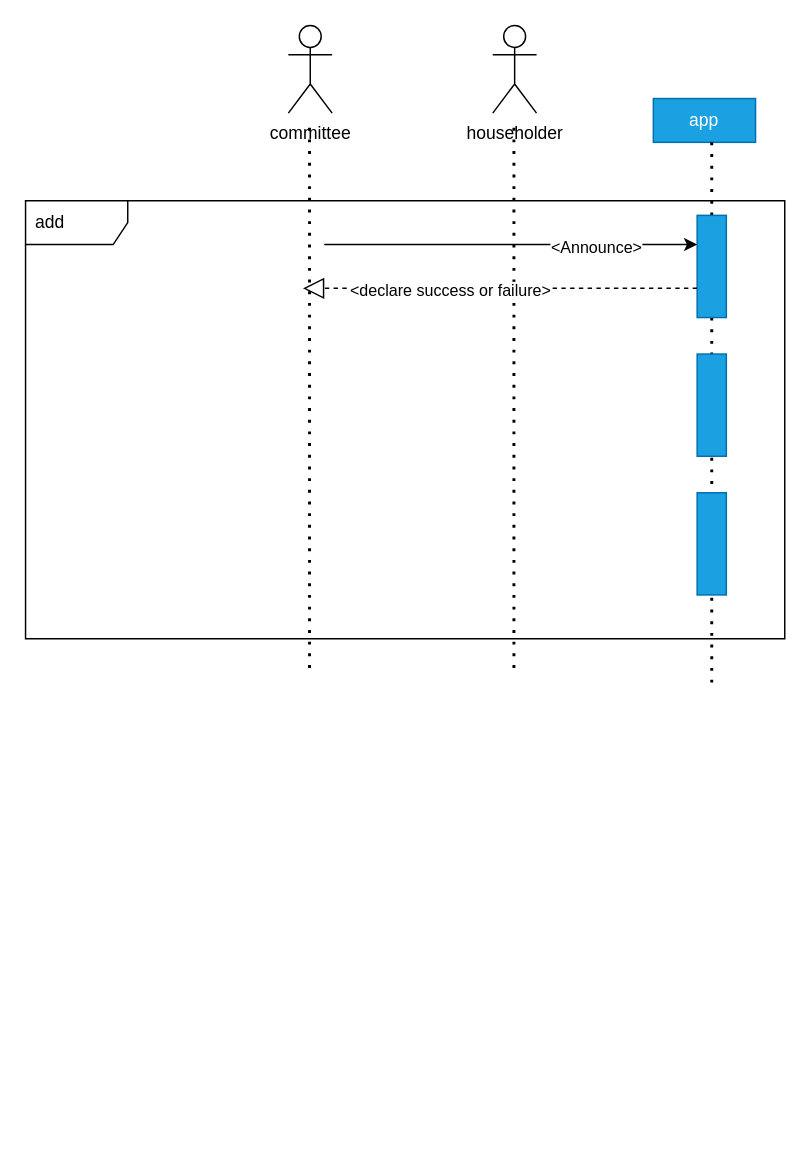
Above: answer.drawio in wyj8912/111-2HW4 (draw.io), before the change. Source tidied: cells renumbered, new cells numbered last; positions are measured from the earlier drawing's top-left corner, leaving out a move shared by most shapes. Both pictures are drawn from the tidied source at 146%, with x=0, y=0 at pixel (25, 25).
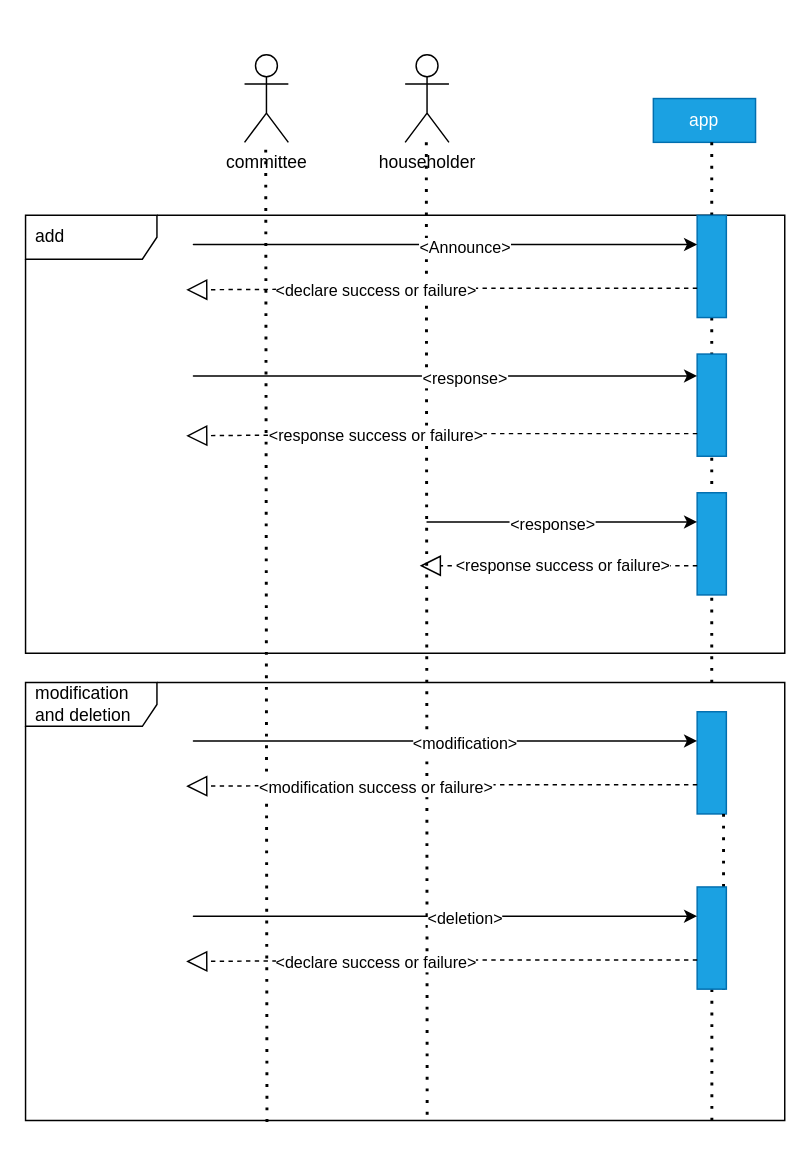
After the change.

The edit, as a diff of the source:
```diff
@@
-    <mxCell id="2" value="add" style="shape=umlFrame;whiteSpace=wrap;html=1;width=70;height=30;boundedLbl=1;verticalAlign=middle;align=left;spacingLeft=5;" parent="1" vertex="1">
-      <mxGeometry y="120" width="520" height="300" as="geometry" />
+    <mxCell id="2" value="add" style="shape=umlFrame;whiteSpace=wrap;html=1;width=90;height=30;boundedLbl=1;verticalAlign=middle;align=left;spacingLeft=5;" parent="1" vertex="1">
+      <mxGeometry y="130" width="520" height="300" as="geometry" />
     </mxCell>
     <mxCell id="3" value="committee" style="shape=umlActor;verticalLabelPosition=bottom;verticalAlign=top;html=1;" parent="1" vertex="1">
-      <mxGeometry x="180" width="30" height="60" as="geometry" />
+      <mxGeometry x="150" y="20" width="30" height="60" as="geometry" />
     </mxCell>
     <mxCell id="4" value="householder" style="shape=umlActor;verticalLabelPosition=bottom;verticalAlign=top;html=1;" parent="1" vertex="1">
-      <mxGeometry x="320" width="30" height="60" as="geometry" />
+      <mxGeometry x="260" y="20" width="30" height="60" as="geometry" />
     </mxCell>
-    <mxCell id="5" style="endArrow=none;dashed=1;html=1;dashPattern=1 3;strokeWidth=2;" parent="1" edge="1">
+    <mxCell id="5" style="endArrow=none;dashed=1;html=1;dashPattern=1 3;strokeWidth=2;entryX=0.529;entryY=1.003;entryDx=0;entryDy=0;entryPerimeter=0;" parent="1" edge="1" target="25">
       <mxGeometry relative="1" as="geometry">
-        <mxPoint x="334.5" y="70" as="sourcePoint" />
-        <mxPoint x="334.5" y="440" as="targetPoint" />
+        <mxPoint x="274.5" y="80" as="sourcePoint" />
       </mxGeometry>
     </mxCell>
-    <mxCell id="6" style="endArrow=none;dashed=1;html=1;dashPattern=1 3;strokeWidth=2;" parent="1" edge="1">
+    <mxCell id="6" style="endArrow=none;dashed=1;html=1;dashPattern=1 3;strokeWidth=2;entryX=0.318;entryY=1.008;entryDx=0;entryDy=0;entryPerimeter=0;" parent="1" edge="1" target="25">
       <mxGeometry relative="1" as="geometry">
-        <mxPoint x="194.5" y="70" as="sourcePoint" />
-        <mxPoint x="194.5" y="440" as="targetPoint" />
+        <mxPoint x="164.5" y="85" as="sourcePoint" />
       </mxGeometry>
     </mxCell>
@@
     <mxCell id="13" style="endArrow=classic;html=1;" parent="1" edge="1">
       <mxGeometry relative="1" as="geometry">
         <mxPoint x="320" y="150" as="sourcePoint" />
         <mxPoint x="460" y="150" as="targetPoint" />
         <Array as="points">
-          <mxPoint x="200" y="150" />
+          <mxPoint x="110" y="150" />
         </Array>
       </mxGeometry>
     </mxCell>
@@
     <mxCell id="15" style="endArrow=block;dashed=1;endFill=0;endSize=12;html=1;" parent="1" edge="1">
       <mxGeometry relative="1" as="geometry">
         <mxPoint x="460" y="180" as="sourcePoint" />
-        <mxPoint x="190" y="180" as="targetPoint" />
+        <mxPoint x="110" y="181" as="targetPoint" />
         <Array as="points">
           <mxPoint x="300" y="180" />
         </Array>
       </mxGeometry>
     </mxCell>
@@
+    <mxCell id="17" style="endArrow=classic;html=1;" parent="1" edge="1">
+      <mxGeometry relative="1" as="geometry">
+        <mxPoint x="320" y="240" as="sourcePoint" />
+        <mxPoint x="460" y="240" as="targetPoint" />
+        <Array as="points">
+          <mxPoint x="110" y="240" />
+        </Array>
+      </mxGeometry>
+    </mxCell>
+    <mxCell id="18" value="&amp;lt;response&amp;gt;" style="edgeLabel;html=1;align=center;verticalAlign=middle;" parent="17" vertex="1">
+      <mxGeometry relative="1" as="geometry">
+        <mxPoint x="120" y="1" as="offset" />
+      </mxGeometry>
+    </mxCell>
+    <mxCell id="19" style="endArrow=block;dashed=1;endFill=0;endSize=12;html=1;" parent="1" edge="1">
+      <mxGeometry relative="1" as="geometry">
+        <mxPoint x="460" y="279.5" as="sourcePoint" />
+        <mxPoint x="110" y="281" as="targetPoint" />
+        <Array as="points">
+          <mxPoint x="300" y="279.5" />
+        </Array>
+      </mxGeometry>
+    </mxCell>
+    <mxCell id="20" value="&amp;lt;response success or failure&amp;gt;" style="edgeLabel;html=1;align=center;verticalAlign=middle;" parent="19" vertex="1">
+      <mxGeometry x="0.26" y="1" relative="1" as="geometry" />
+    </mxCell>
+    <mxCell id="21" style="endArrow=classic;html=1;" parent="1" edge="1">
+      <mxGeometry relative="1" as="geometry">
+        <mxPoint x="440" y="340" as="sourcePoint" />
+        <mxPoint x="460" y="340" as="targetPoint" />
+        <Array as="points">
+          <mxPoint x="270" y="340" />
+        </Array>
+      </mxGeometry>
+    </mxCell>
+    <mxCell id="22" value="&amp;lt;response&amp;gt;" style="edgeLabel;html=1;align=center;verticalAlign=middle;" parent="21" vertex="1">
+      <mxGeometry relative="1" as="geometry">
+        <mxPoint x="80" y="1" as="offset" />
+      </mxGeometry>
+    </mxCell>
+    <mxCell id="23" style="endArrow=block;dashed=1;endFill=0;endSize=12;html=1;" parent="1" edge="1">
+      <mxGeometry relative="1" as="geometry">
+        <mxPoint x="460" y="370" as="sourcePoint" />
+        <mxPoint x="270" y="370" as="targetPoint" />
+        <Array as="points">
+          <mxPoint x="390" y="370" />
+        </Array>
+      </mxGeometry>
+    </mxCell>
+    <mxCell id="24" value="&amp;lt;response success or failure&amp;gt;" style="edgeLabel;html=1;align=center;verticalAlign=middle;" parent="23" vertex="1">
+      <mxGeometry x="0.35" y="1" relative="1" as="geometry">
+        <mxPoint x="35" y="-2" as="offset" />
+      </mxGeometry>
+    </mxCell>
+    <mxCell id="25" value="modification and deletion" style="shape=umlFrame;whiteSpace=wrap;html=1;width=90;height=30;boundedLbl=1;verticalAlign=middle;align=left;spacingLeft=5;" parent="1" vertex="1">
+      <mxGeometry y="450" width="520" height="300" as="geometry" />
+    </mxCell>
+    <mxCell id="26" style="endArrow=none;dashed=1;html=1;dashPattern=1 3;strokeWidth=2;startArrow=none;entryX=0.904;entryY=1.008;entryDx=0;entryDy=0;entryPerimeter=0;" parent="1" edge="1" source="33" target="25">
+      <mxGeometry relative="1" as="geometry" />
+    </mxCell>
+    <mxCell id="27" style="html=1;points=[];perimeter=orthogonalPerimeter;fillColor=#1ba1e2;fontColor=#ffffff;strokeColor=#006EAF;" parent="1" vertex="1">
+      <mxGeometry x="460" y="470" width="20" height="70" as="geometry" />
+    </mxCell>
+    <mxCell id="28" style="endArrow=classic;html=1;" parent="1" edge="1">
+      <mxGeometry relative="1" as="geometry">
+        <mxPoint x="320" y="490" as="sourcePoint" />
+        <mxPoint x="460" y="490" as="targetPoint" />
+        <Array as="points">
+          <mxPoint x="110" y="490" />
+        </Array>
+      </mxGeometry>
+    </mxCell>
+    <mxCell id="29" value="&amp;lt;modification&amp;gt;" style="edgeLabel;html=1;align=center;verticalAlign=middle;" parent="28" vertex="1">
+      <mxGeometry relative="1" as="geometry">
+        <mxPoint x="120" y="1" as="offset" />
+      </mxGeometry>
+    </mxCell>
+    <mxCell id="30" style="endArrow=block;dashed=1;endFill=0;endSize=12;html=1;" parent="1" edge="1">
+      <mxGeometry relative="1" as="geometry">
+        <mxPoint x="460" y="520" as="sourcePoint" />
+        <mxPoint x="110" y="521" as="targetPoint" />
+        <Array as="points">
+          <mxPoint x="300" y="520" />
+        </Array>
+      </mxGeometry>
+    </mxCell>
+    <mxCell id="31" value="&amp;lt;modification success or failure&amp;gt;" style="edgeLabel;html=1;align=center;verticalAlign=middle;" parent="30" vertex="1">
+      <mxGeometry x="0.26" y="1" relative="1" as="geometry" />
+    </mxCell>
+    <mxCell id="32" style="endArrow=none;dashed=1;html=1;dashPattern=1 3;strokeWidth=2;startArrow=none;entryX=0.904;entryY=1.008;entryDx=0;entryDy=0;entryPerimeter=0;" parent="1" edge="1" source="27" target="33">
+      <mxGeometry relative="1" as="geometry" />
+    </mxCell>
+    <mxCell id="33" style="html=1;points=[];perimeter=orthogonalPerimeter;fillColor=#1ba1e2;fontColor=#ffffff;strokeColor=#006EAF;" parent="1" vertex="1">
+      <mxGeometry x="460" y="590" width="20" height="70" as="geometry" />
+    </mxCell>
+    <mxCell id="34" style="endArrow=classic;html=1;" parent="1" edge="1">
+      <mxGeometry relative="1" as="geometry">
+        <mxPoint x="320" y="610" as="sourcePoint" />
+        <mxPoint x="460" y="610" as="targetPoint" />
+        <Array as="points">
+          <mxPoint x="110" y="610" />
+        </Array>
+      </mxGeometry>
+    </mxCell>
+    <mxCell id="35" value="&amp;lt;deletion&amp;gt;" style="edgeLabel;html=1;align=center;verticalAlign=middle;" parent="34" vertex="1">
+      <mxGeometry relative="1" as="geometry">
+        <mxPoint x="120" y="1" as="offset" />
+      </mxGeometry>
+    </mxCell>
+    <mxCell id="36" style="endArrow=block;dashed=1;endFill=0;endSize=12;html=1;" parent="1" edge="1">
+      <mxGeometry relative="1" as="geometry">
+        <mxPoint x="460" y="640" as="sourcePoint" />
+        <mxPoint x="110" y="641" as="targetPoint" />
+        <Array as="points">
+          <mxPoint x="300" y="640" />
+        </Array>
+      </mxGeometry>
+    </mxCell>
+    <mxCell id="37" value="&amp;lt;declare success or failure&amp;gt;" style="edgeLabel;html=1;align=center;verticalAlign=middle;" parent="36" vertex="1">
+      <mxGeometry x="0.26" y="1" relative="1" as="geometry" />
+    </mxCell>
```
